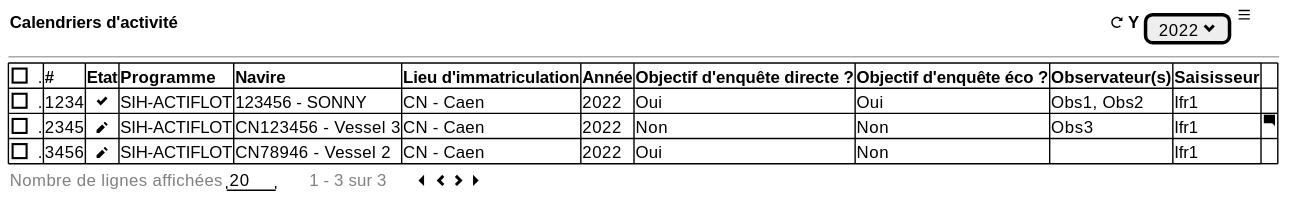
This is projects/activity-calendar/spe/images/activity-calendar-table.svg from sumaris-net/sumaris-doc, a PlantUML export, as it was before one commit. Its source is kept beside it as projects/activity-calendar/spe/images/activity-calendar-table.puml.
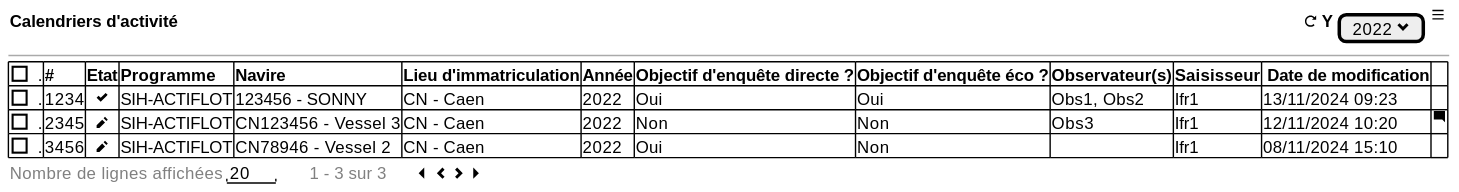
After the commit.

Change to the diagram source:
```diff
@@ -1,13 +1,13 @@
 @startsalt
 {
-  {<b>Calendriers d'activité                                                                                                                                                                                                                              <&reload> Y {[2022 <&chevron-bottom>]} <&menu>}
+  {<b>Calendriers d'activité                                                                                                                                                                                                                                                                            <&reload> Y {[2022 <&chevron-bottom>]} <&menu>}
   --
 	{#
 
-     [ ]. | <b># | <b>Etat | <b>Programme |  <b>Navire | <b>Lieu d'immatriculation | <b>Année | <b>Objectif d'enquête directe ? | <b>Objectif d'enquête éco ?|<b>Observateur(s) | <b>Saisisseur
-     [ ]. | 1234 | <b>  <&check> | SIH-ACTIFLOT | 123456 - SONNY | CN - Caen |2022 | Oui | Oui | Obs1, Obs2 | Ifr1 |.
-     [ ]. | 2345 | <b>  <&pencil> | SIH-ACTIFLOT | CN123456 - Vessel 3 | CN - Caen | 2022 | Non | Non | Obs3 | Ifr1 | <&comment-square>
-     [ ]. | 3456 | <b>  <&pencil> | SIH-ACTIFLOT | CN78946 - Vessel 2 | CN - Caen | 2022 | Oui | Non | . | Ifr1 | .
+     [ ]. | <b># | <b>Etat | <b>Programme |  <b>Navire | <b>Lieu d'immatriculation | <b>Année | <b>Objectif d'enquête directe ? | <b>Objectif d'enquête éco ?|<b>Observateur(s) | <b>Saisisseur | <b> Date de modification
+     [ ]. | 1234 | <b>  <&check> | SIH-ACTIFLOT | 123456 - SONNY | CN - Caen |2022 | Oui | Oui | Obs1, Obs2 | Ifr1 | 13/11/2024 09:23 | .
+     [ ]. | 2345 | <b>  <&pencil> | SIH-ACTIFLOT | CN123456 - Vessel 3 | CN - Caen | 2022 | Non | Non | Obs3 | Ifr1 | 12/11/2024 10:20 | <&comment-square>
+     [ ]. | 3456 | <b>  <&pencil> | SIH-ACTIFLOT | CN78946 - Vessel 2 | CN - Caen | 2022 | Oui | Non | . | Ifr1 | 08/11/2024 15:10 | .
     }
      { <font color=grey>Nombre de lignes affichées</font> |  " 20 "  | . | . | . | . | <font color=grey>1 - 3 sur 3 | . | . | . | . | <&caret-left> <&chevron-left> <&chevron-right> <&caret-right> }
 }
```
